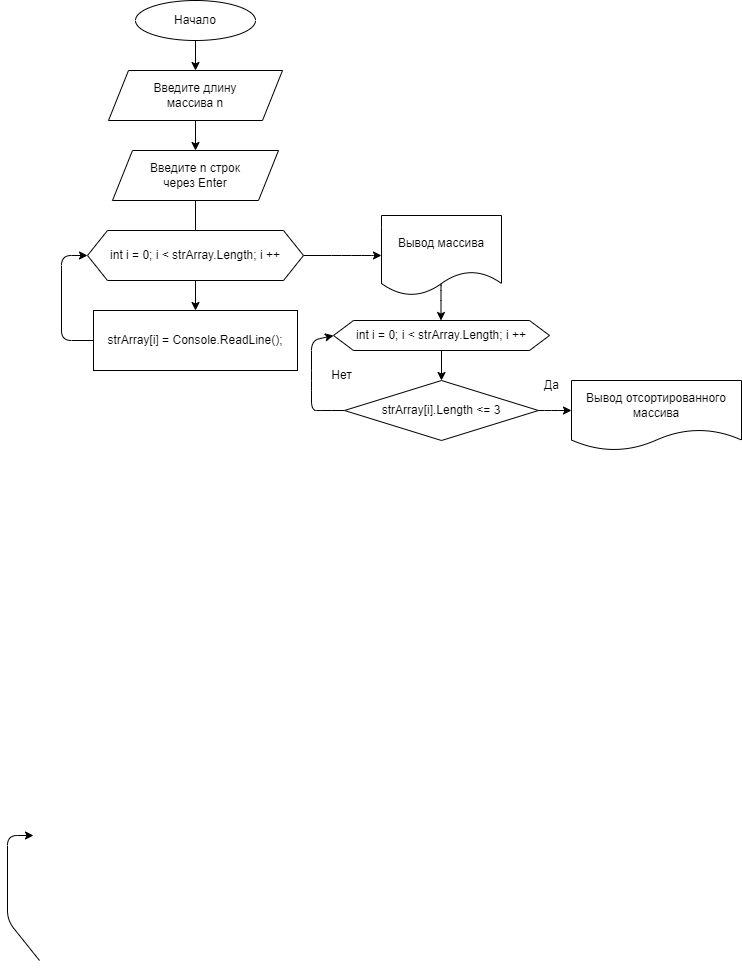
NatalyaAZ/IKR keeps this draw.io diagram as Блок-схема алгоритма.drawio.png. Above is the earlier version. Source tidied: cells renumbered, new cells last; positions are measured from the earlier drawing's top-left corner, leaving out a move shared by most shapes.
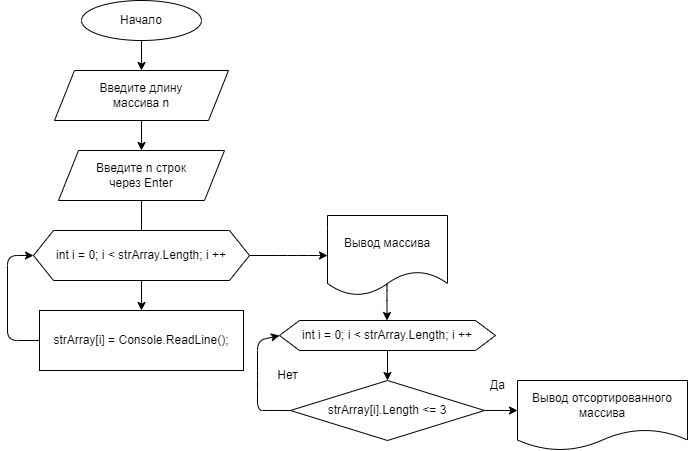
After the change.

Diff of the diagram source:
```diff
@@ -2,15 +2,6 @@
   <root>
     <mxCell id="0" />
     <mxCell id="1" parent="0" />
-    <mxCell id="2" style="edgeStyle=none;html=1;entryX=0;entryY=0.5;entryDx=0;entryDy=0;exitX=0;exitY=0.5;exitDx=0;exitDy=0;" parent="1" edge="1" source="x">
-      <mxGeometry relative="1" as="geometry">
-        <mxPoint x="26" y="835" as="targetPoint" />
-        <Array as="points">
-          <mxPoint y="920" />
-          <mxPoint y="835" />
-        </Array>
-      </mxGeometry>
-    </mxCell>
     <mxCell id="3" style="edgeStyle=none;html=1;entryX=0.5;entryY=0;entryDx=0;entryDy=0;" parent="1" edge="1" source="4" target="6">
       <mxGeometry relative="1" as="geometry" />
     </mxCell>
```
